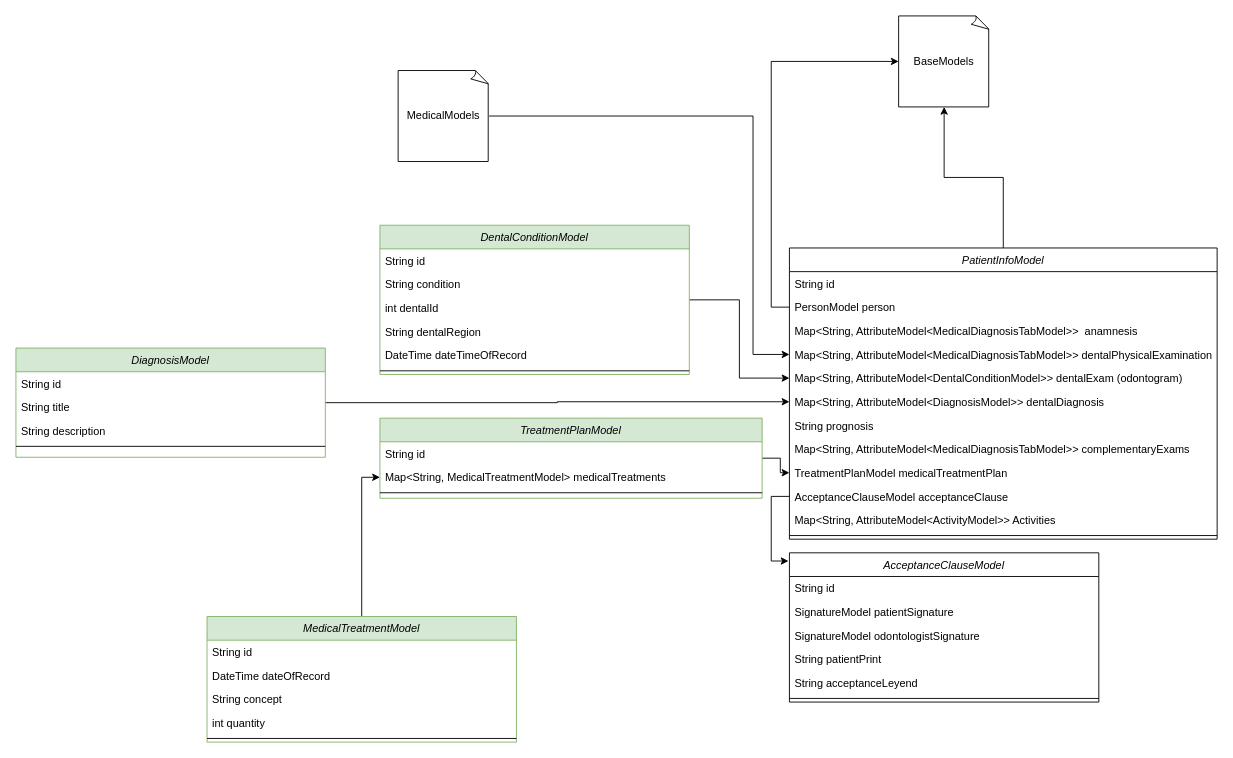
This is page "dentistApp" (8 of 12) of uml/uml_diagrams.drawio from grupo-jocaagura/jocaagura_domain, a draw.io file, before an edit. Source tidied: cells renumbered, new cells numbered last; positions are measured from the earlier drawing's top-left corner, leaving out a move shared by most shapes. Both pictures are drawn from the tidied source at 91%, with x=0, y=0 at pixel (15, 15).
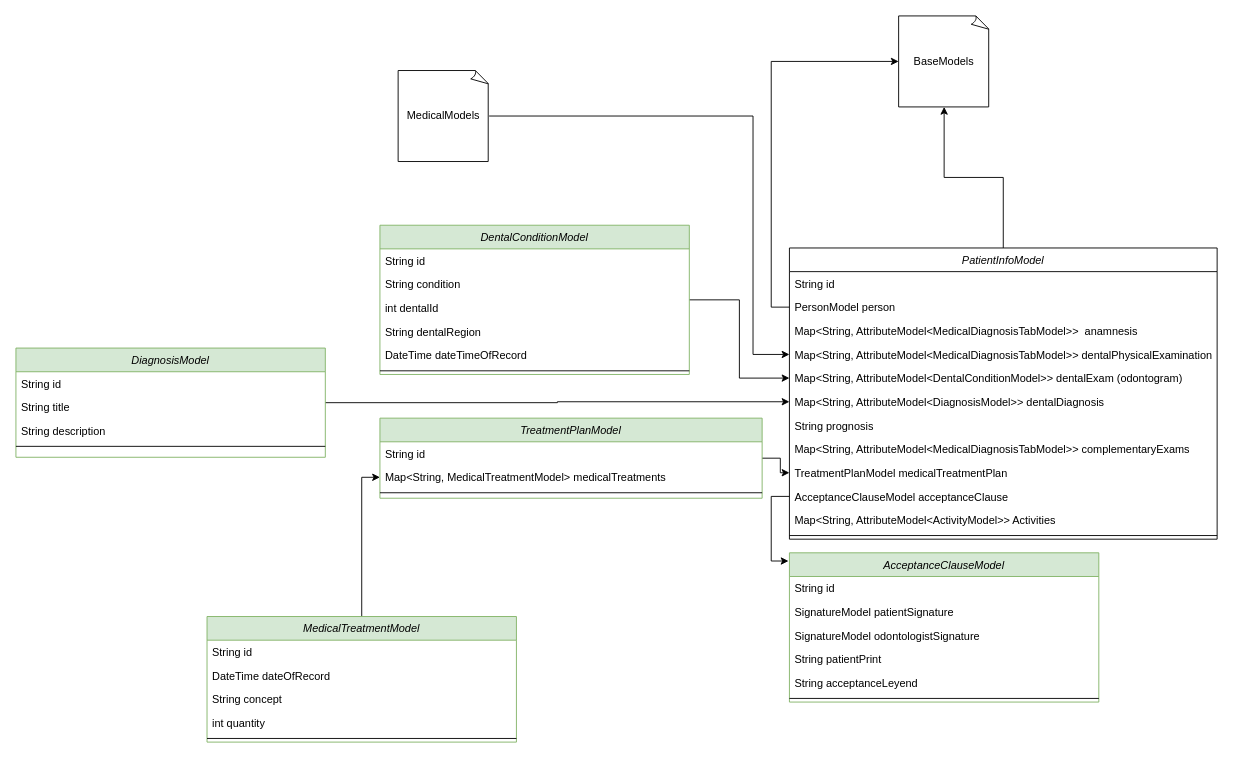
The same diagram, later.

Commit message (it also covers changes not shown here):
feature(@albertjjimenezp): Se contribuye acceptance_clause_model.dart y  la documentación en dartdoc asi como los test unitarios y la actualización del uml

Diff of the diagram source:
```diff
@@
-    <mxCell id="17" value="AcceptanceClauseModel" style="swimlane;fontStyle=2;align=center;verticalAlign=top;horizontal=1;startSize=26;rounded=0;shadow=0;strokeWidth=1;" parent="1" vertex="1">
+    <mxCell id="17" value="AcceptanceClauseModel" style="swimlane;fontStyle=2;align=center;verticalAlign=top;horizontal=1;startSize=26;rounded=0;shadow=0;strokeWidth=1;fillColor=#d5e8d4;strokeColor=#82b366;" parent="1" vertex="1">
       <mxGeometry x="850" y="590" width="340" height="164" as="geometry" />
     </mxCell>
```
